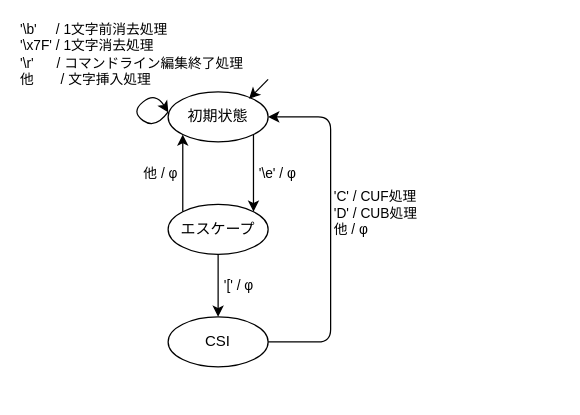
Earlier version of the draw.io diagram docs/docs/internal/clctrl/state.drawio (MasterMochi/msh). Source tidied: cells renumbered, new cells numbered last; positions are measured from the earlier drawing's top-left corner, leaving out a move shared by most shapes. Both pictures are drawn from the tidied source at 125%, with x=0, y=0 at pixel (130, 79).
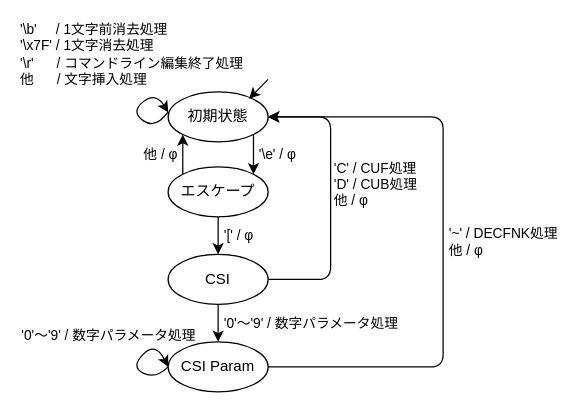
Above is the later version.

The change refers to these unchanged cells:
```xml
<mxCell id="2" value="初期状態" style="ellipse;whiteSpace=wrap;html=1;" parent="1" vertex="1">
  <mxGeometry x="30" y="10" width="80" height="40" as="geometry" />
</mxCell>
```

Change to the diagram source:
```diff
@@
     <mxCell id="4" value="エスケープ" style="ellipse;whiteSpace=wrap;html=1;" parent="1" vertex="1">
-      <mxGeometry x="30" y="100" width="80" height="40" as="geometry" />
+      <mxGeometry x="30" y="70" width="80" height="40" as="geometry" />
     </mxCell>
@@
+    <mxCell id="12" value="'0'～'9' / 数字パラメータ処理" style="edgeStyle=orthogonalEdgeStyle;rounded=0;jettySize=auto;html=1;entryX=0.5;entryY=0;entryDx=0;entryDy=0;align=left;spacing=5;" parent="1" edge="1" source="6" target="14">
+      <mxGeometry relative="1" as="geometry" />
+    </mxCell>
     <mxCell id="6" value="CSI" style="ellipse;whiteSpace=wrap;html=1;" parent="1" vertex="1">
-      <mxGeometry x="30" y="190" width="80" height="40" as="geometry" />
+      <mxGeometry x="30" y="140" width="80" height="40" as="geometry" />
     </mxCell>
@@
     <mxCell id="8" style="edgeStyle=segmentEdgeStyle;endArrow=classic;html=1;fontSize=11;align=left;entryX=1;entryY=0.5;entryDx=0;entryDy=0;exitX=1;exitY=0.5;exitDx=0;exitDy=0;" parent="1" edge="1" source="6" target="2">
       <mxGeometry relative="1" as="geometry">
         <Array as="points">
-          <mxPoint x="160" y="210" />
+          <mxPoint x="160" y="160" />
           <mxPoint x="160" y="30" />
         </Array>
       </mxGeometry>
     </mxCell>
@@
-    <mxCell id="10" value="'\b'&amp;nbsp; &amp;nbsp; &amp;nbsp;/ 1文字前消去処理&lt;br&gt;'\x7F' / 1文字消去処理&lt;br&gt;'\r'&amp;nbsp; &amp;nbsp; &amp;nbsp; / コマンドライン編集終了処理&lt;br&gt;他&amp;nbsp; &amp;nbsp; &amp;nbsp; &amp;nbsp;/ 文字挿入処理" style="curved=1;endArrow=classic;html=1;fontSize=11;align=left;entryX=0.002;entryY=0.411;entryDx=0;entryDy=0;entryPerimeter=0;labelBackgroundColor=none;" parent="1" edge="1" target="2">
+    <mxCell id="10" value="'\b'&amp;nbsp; &amp;nbsp; &amp;nbsp;/ 1文字前消去処理&lt;br&gt;'\x7F' / 1文字消去処理&lt;br&gt;'\r'&amp;nbsp; &amp;nbsp; &amp;nbsp; / コマンドライン編集終了処理&lt;br&gt;他&amp;nbsp; &amp;nbsp; &amp;nbsp; / 文字挿入処理" style="curved=1;endArrow=classic;html=1;fontSize=11;align=left;entryX=0.002;entryY=0.411;entryDx=0;entryDy=0;entryPerimeter=0;labelBackgroundColor=none;" parent="1" edge="1" target="2">
       <mxGeometry x="-0.04" y="101" relative="1" as="geometry">
         <mxPoint x="30" y="26" as="sourcePoint" />
         <Array as="points">
           <mxPoint x="20" y="40" />
           <mxPoint y="26" />
           <mxPoint x="20" y="10" />
         </Array>
         <mxPoint x="-27" y="33" as="offset" />
       </mxGeometry>
     </mxCell>
@@
+    <mxCell id="13" value="'~' / DECFNK処理&lt;br&gt;他 / φ" style="edgeStyle=orthogonalEdgeStyle;rounded=1;jettySize=auto;html=1;entryX=1;entryY=0.5;entryDx=0;entryDy=0;align=left;spacing=5;" parent="1" edge="1" source="14" target="2">
+      <mxGeometry relative="1" as="geometry">
+        <Array as="points">
+          <mxPoint x="250" y="230" />
+          <mxPoint x="250" y="30" />
+        </Array>
+      </mxGeometry>
+    </mxCell>
+    <mxCell id="14" value="CSI Param" style="ellipse;whiteSpace=wrap;html=1;" parent="1" vertex="1">
+      <mxGeometry x="30" y="210" width="80" height="40" as="geometry" />
+    </mxCell>
+    <mxCell id="15" value="'0'～'9' / 数字パラメータ処理" style="curved=1;endArrow=classic;html=1;fontSize=11;align=left;entryX=0;entryY=0.5;entryDx=0;entryDy=0;labelBackgroundColor=none;" parent="1" edge="1" target="14">
+      <mxGeometry x="-0.16" y="93" relative="1" as="geometry">
+        <mxPoint x="30" y="230" as="sourcePoint" />
+        <Array as="points">
+          <mxPoint x="20" y="240" />
+          <mxPoint y="230" />
+          <mxPoint x="20" y="210" />
+        </Array>
+        <mxPoint x="-24" y="41" as="offset" />
+      </mxGeometry>
+    </mxCell>
```
